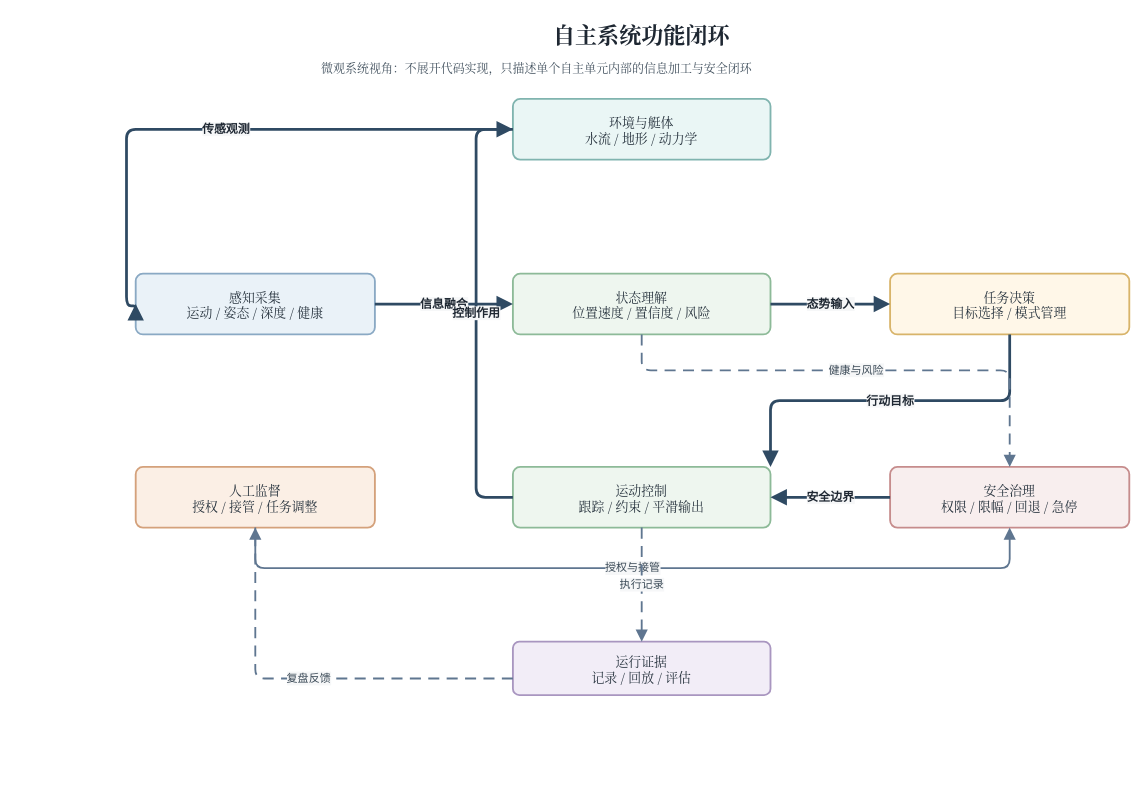
The draw.io diagram docs/thesis/figures/architecture/auv_system_autonomy_functional_loop.drawio in 360ZMEM/AUV-Master-Project, before the edit. Source tidied: cells renumbered, new cells numbered last; positions are measured from the earlier drawing's top-left corner, leaving out a move shared by most shapes. Both pictures are drawn from the tidied source at 92%, with x=0, y=0 at pixel (126, 16).
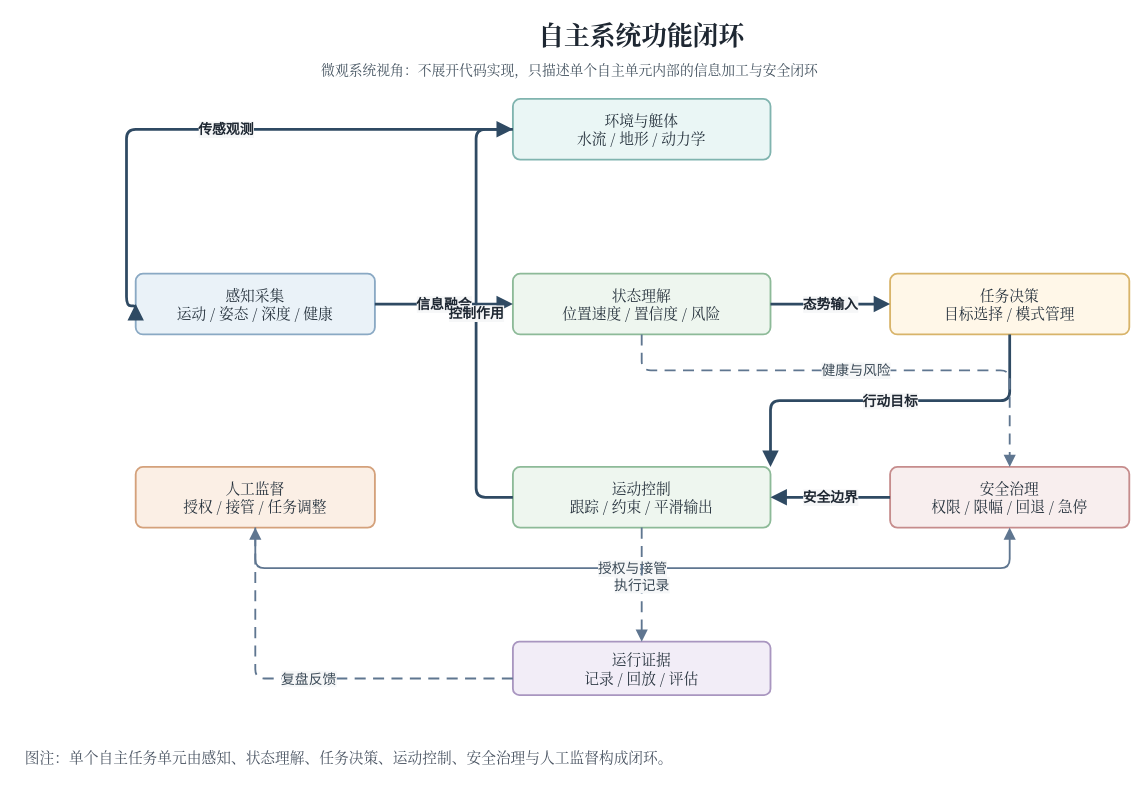
After the change.

The edit, as a diff of the source:
```diff
@@
-    <mxCell id="2" value="自主系统功能闭环" style="text;html=1;strokeColor=none;fillColor=none;align=center;verticalAlign=middle;whiteSpace=wrap;rounded=0;fontFamily=Noto Serif CJK SC,Times New Roman;fontSize=24;fontStyle=1;fontColor=#1E2732;" parent="1" vertex="1">
+    <mxCell id="2" value="自主系统功能闭环" style="text;html=1;strokeColor=none;fillColor=none;align=center;verticalAlign=middle;whiteSpace=wrap;rounded=0;fontFamily=Noto Serif CJK SC,Times New Roman;fontSize=28;fontStyle=1;fontColor=#1E2732;" parent="1" vertex="1">
       <mxGeometry x="250" width="620" height="40" as="geometry" />
     </mxCell>
-    <mxCell id="3" value="微观系统视角：不展开代码实现，只描述单个自主单元内部的信息加工与安全闭环" style="text;html=1;strokeColor=none;fillColor=none;align=left;verticalAlign=top;whiteSpace=wrap;rounded=0;fontFamily=Noto Serif CJK SC,Times New Roman;fontSize=13;fontColor=#43525F;" parent="1" vertex="1">
+    <mxCell id="3" value="微观系统视角：不展开代码实现，只描述单个自主单元内部的信息加工与安全闭环" style="text;html=1;strokeColor=none;fillColor=none;align=left;verticalAlign=top;whiteSpace=wrap;rounded=0;fontFamily=Noto Serif CJK SC,Times New Roman;fontSize=15;fontColor=#43525F;" parent="1" vertex="1">
       <mxGeometry x="210" y="42" width="720" height="34" as="geometry" />
     </mxCell>
-    <mxCell id="4" value="环境与艇体&#10;水流 / 地形 / 动力学" style="rounded=1;whiteSpace=wrap;html=1;arcSize=12;fillColor=#EAF6F5;strokeColor=#80B4AF;strokeWidth=2;spacing=8;shadow=0;fontFamily=Noto Serif CJK SC,Times New Roman;fontSize=14;fontColor=#26323D;" parent="1" vertex="1">
+    <mxCell id="4" value="环境与艇体&#10;水流 / 地形 / 动力学" style="rounded=1;whiteSpace=wrap;html=1;arcSize=12;fillColor=#EAF6F5;strokeColor=#80B4AF;strokeWidth=2;spacing=8;shadow=0;fontFamily=Noto Serif CJK SC,Times New Roman;fontSize=16;fontColor=#26323D;" parent="1" vertex="1">
       <mxGeometry x="420" y="90" width="280" height="66" as="geometry" />
     </mxCell>
-    <mxCell id="5" value="感知采集&#10;运动 / 姿态 / 深度 / 健康" style="rounded=1;whiteSpace=wrap;html=1;arcSize=12;fillColor=#EAF2F8;strokeColor=#8AA9C4;strokeWidth=2;spacing=8;shadow=0;fontFamily=Noto Serif CJK SC,Times New Roman;fontSize=14;fontColor=#26323D;" parent="1" vertex="1">
+    <mxCell id="5" value="感知采集&#10;运动 / 姿态 / 深度 / 健康" style="rounded=1;whiteSpace=wrap;html=1;arcSize=12;fillColor=#EAF2F8;strokeColor=#8AA9C4;strokeWidth=2;spacing=8;shadow=0;fontFamily=Noto Serif CJK SC,Times New Roman;fontSize=16;fontColor=#26323D;" parent="1" vertex="1">
       <mxGeometry x="10" y="280" width="260" height="66" as="geometry" />
     </mxCell>
-    <mxCell id="6" value="状态理解&#10;位置速度 / 置信度 / 风险" style="rounded=1;whiteSpace=wrap;html=1;arcSize=12;fillColor=#EEF6EF;strokeColor=#8DBA98;strokeWidth=2;spacing=8;shadow=0;fontFamily=Noto Serif CJK SC,Times New Roman;fontSize=14;fontColor=#26323D;" parent="1" vertex="1">
+    <mxCell id="6" value="状态理解&#10;位置速度 / 置信度 / 风险" style="rounded=1;whiteSpace=wrap;html=1;arcSize=12;fillColor=#EEF6EF;strokeColor=#8DBA98;strokeWidth=2;spacing=8;shadow=0;fontFamily=Noto Serif CJK SC,Times New Roman;fontSize=16;fontColor=#26323D;" parent="1" vertex="1">
       <mxGeometry x="420" y="280" width="280" height="66" as="geometry" />
     </mxCell>
-    <mxCell id="7" value="任务决策&#10;目标选择 / 模式管理" style="rounded=1;whiteSpace=wrap;html=1;arcSize=12;fillColor=#FFF7E8;strokeColor=#D8B46A;strokeWidth=2;spacing=8;shadow=0;fontFamily=Noto Serif CJK SC,Times New Roman;fontSize=14;fontColor=#26323D;" parent="1" vertex="1">
+    <mxCell id="7" value="任务决策&#10;目标选择 / 模式管理" style="rounded=1;whiteSpace=wrap;html=1;arcSize=12;fillColor=#FFF7E8;strokeColor=#D8B46A;strokeWidth=2;spacing=8;shadow=0;fontFamily=Noto Serif CJK SC,Times New Roman;fontSize=16;fontColor=#26323D;" parent="1" vertex="1">
       <mxGeometry x="830" y="280" width="260" height="66" as="geometry" />
     </mxCell>
-    <mxCell id="8" value="运动控制&#10;跟踪 / 约束 / 平滑输出" style="rounded=1;whiteSpace=wrap;html=1;arcSize=12;fillColor=#EEF6EF;strokeColor=#8DBA98;strokeWidth=2;spacing=8;shadow=0;fontFamily=Noto Serif CJK SC,Times New Roman;fontSize=14;fontColor=#26323D;" parent="1" vertex="1">
+    <mxCell id="8" value="运动控制&#10;跟踪 / 约束 / 平滑输出" style="rounded=1;whiteSpace=wrap;html=1;arcSize=12;fillColor=#EEF6EF;strokeColor=#8DBA98;strokeWidth=2;spacing=8;shadow=0;fontFamily=Noto Serif CJK SC,Times New Roman;fontSize=16;fontColor=#26323D;" parent="1" vertex="1">
       <mxGeometry x="420" y="490" width="280" height="66" as="geometry" />
     </mxCell>
-    <mxCell id="9" value="安全治理&#10;权限 / 限幅 / 回退 / 急停" style="rounded=1;whiteSpace=wrap;html=1;arcSize=12;fillColor=#F8EEEE;strokeColor=#C68C8C;strokeWidth=2;spacing=8;shadow=0;fontFamily=Noto Serif CJK SC,Times New Roman;fontSize=14;fontColor=#26323D;" parent="1" vertex="1">
+    <mxCell id="9" value="安全治理&#10;权限 / 限幅 / 回退 / 急停" style="rounded=1;whiteSpace=wrap;html=1;arcSize=12;fillColor=#F8EEEE;strokeColor=#C68C8C;strokeWidth=2;spacing=8;shadow=0;fontFamily=Noto Serif CJK SC,Times New Roman;fontSize=16;fontColor=#26323D;" parent="1" vertex="1">
       <mxGeometry x="830" y="490" width="260" height="66" as="geometry" />
     </mxCell>
-    <mxCell id="10" value="人工监督&#10;授权 / 接管 / 任务调整" style="rounded=1;whiteSpace=wrap;html=1;arcSize=12;fillColor=#FBEFE5;strokeColor=#D4A17B;strokeWidth=2;spacing=8;shadow=0;fontFamily=Noto Serif CJK SC,Times New Roman;fontSize=14;fontColor=#26323D;" parent="1" vertex="1">
+    <mxCell id="10" value="人工监督&#10;授权 / 接管 / 任务调整" style="rounded=1;whiteSpace=wrap;html=1;arcSize=12;fillColor=#FBEFE5;strokeColor=#D4A17B;strokeWidth=2;spacing=8;shadow=0;fontFamily=Noto Serif CJK SC,Times New Roman;fontSize=16;fontColor=#26323D;" parent="1" vertex="1">
       <mxGeometry x="10" y="490" width="260" height="66" as="geometry" />
     </mxCell>
-    <mxCell id="11" value="运行证据&#10;记录 / 回放 / 评估" style="rounded=1;whiteSpace=wrap;html=1;arcSize=12;fillColor=#F2EDF7;strokeColor=#A996C0;strokeWidth=2;spacing=8;shadow=0;fontFamily=Noto Serif CJK SC,Times New Roman;fontSize=14;fontColor=#26323D;" parent="1" vertex="1">
+    <mxCell id="11" value="运行证据&#10;记录 / 回放 / 评估" style="rounded=1;whiteSpace=wrap;html=1;arcSize=12;fillColor=#F2EDF7;strokeColor=#A996C0;strokeWidth=2;spacing=8;shadow=0;fontFamily=Noto Serif CJK SC,Times New Roman;fontSize=16;fontColor=#26323D;" parent="1" vertex="1">
       <mxGeometry x="420" y="680" width="280" height="58" as="geometry" />
     </mxCell>
-    <mxCell id="12" value="传感观测" style="edgeStyle=orthogonalEdgeStyle;rounded=1;jettySize=auto;html=1;strokeColor=#2F4A63;fontColor=#1E2732;fontSize=13;fontStyle=1;strokeWidth=3;labelBackgroundColor=#F6F7F8;labelBorderColor=none;endArrow=block;endFill=1;endSize=10;exitX=0;exitY=0.5;entryX=0;entryY=0.5;" parent="1" edge="1" source="4" target="5">
+    <mxCell id="12" value="传感观测" style="edgeStyle=orthogonalEdgeStyle;rounded=1;jettySize=auto;html=1;strokeColor=#2F4A63;fontColor=#1E2732;fontSize=15;fontStyle=1;strokeWidth=3;labelBackgroundColor=#F6F7F8;labelBorderColor=none;endArrow=block;endFill=1;endSize=10;exitX=0;exitY=0.5;entryX=0;entryY=0.5;" parent="1" edge="1" source="4" target="5">
       <mxGeometry relative="1" as="geometry">
         <Array as="points">
           <mxPoint y="123" />
           <mxPoint y="315" />
         </Array>
       </mxGeometry>
     </mxCell>
-    <mxCell id="13" value="信息融合" style="edgeStyle=orthogonalEdgeStyle;rounded=1;jettySize=auto;html=1;strokeColor=#2F4A63;fontColor=#1E2732;fontSize=13;fontStyle=1;strokeWidth=3;labelBackgroundColor=#F6F7F8;labelBorderColor=none;endArrow=block;endFill=1;endSize=10;exitX=1;entryX=0;" parent="1" edge="1" source="5" target="6">
+    <mxCell id="13" value="信息融合" style="edgeStyle=orthogonalEdgeStyle;rounded=1;jettySize=auto;html=1;strokeColor=#2F4A63;fontColor=#1E2732;fontSize=15;fontStyle=1;strokeWidth=3;labelBackgroundColor=#F6F7F8;labelBorderColor=none;endArrow=block;endFill=1;endSize=10;exitX=1;entryX=0;" parent="1" edge="1" source="5" target="6">
       <mxGeometry relative="1" as="geometry" />
     </mxCell>
-    <mxCell id="14" value="态势输入" style="edgeStyle=orthogonalEdgeStyle;rounded=1;jettySize=auto;html=1;strokeColor=#2F4A63;fontColor=#1E2732;fontSize=13;fontStyle=1;strokeWidth=3;labelBackgroundColor=#F6F7F8;labelBorderColor=none;endArrow=block;endFill=1;endSize=10;exitX=1;entryX=0;" parent="1" edge="1" source="6" target="7">
+    <mxCell id="14" value="态势输入" style="edgeStyle=orthogonalEdgeStyle;rounded=1;jettySize=auto;html=1;strokeColor=#2F4A63;fontColor=#1E2732;fontSize=15;fontStyle=1;strokeWidth=3;labelBackgroundColor=#F6F7F8;labelBorderColor=none;endArrow=block;endFill=1;endSize=10;exitX=1;entryX=0;" parent="1" edge="1" source="6" target="7">
       <mxGeometry relative="1" as="geometry" />
     </mxCell>
-    <mxCell id="15" value="行动目标" style="edgeStyle=orthogonalEdgeStyle;rounded=1;jettySize=auto;html=1;strokeColor=#2F4A63;fontColor=#1E2732;fontSize=13;fontStyle=1;strokeWidth=3;labelBackgroundColor=#F6F7F8;labelBorderColor=none;endArrow=block;endFill=1;endSize=10;exitX=0.5;exitY=1;entryX=1;entryY=0;" parent="1" edge="1" source="7" target="8">
+    <mxCell id="15" value="行动目标" style="edgeStyle=orthogonalEdgeStyle;rounded=1;jettySize=auto;html=1;strokeColor=#2F4A63;fontColor=#1E2732;fontSize=15;fontStyle=1;strokeWidth=3;labelBackgroundColor=#F6F7F8;labelBorderColor=none;endArrow=block;endFill=1;endSize=10;exitX=0.5;exitY=1;entryX=1;entryY=0;" parent="1" edge="1" source="7" target="8">
       <mxGeometry relative="1" as="geometry" />
     </mxCell>
-    <mxCell id="16" value="控制作用" style="edgeStyle=orthogonalEdgeStyle;rounded=1;jettySize=auto;html=1;strokeColor=#2F4A63;fontColor=#1E2732;fontSize=13;fontStyle=1;strokeWidth=3;labelBackgroundColor=#F6F7F8;labelBorderColor=none;endArrow=block;endFill=1;endSize=10;exitX=0;exitY=0.5;entryX=0;entryY=0.5;" parent="1" edge="1" source="8" target="4">
+    <mxCell id="16" value="控制作用" style="edgeStyle=orthogonalEdgeStyle;rounded=1;jettySize=auto;html=1;strokeColor=#2F4A63;fontColor=#1E2732;fontSize=15;fontStyle=1;strokeWidth=3;labelBackgroundColor=#F6F7F8;labelBorderColor=none;endArrow=block;endFill=1;endSize=10;exitX=0;exitY=0.5;entryX=0;entryY=0.5;" parent="1" edge="1" source="8" target="4">
       <mxGeometry relative="1" as="geometry">
         <Array as="points">
           <mxPoint x="380" y="523" />
           <mxPoint x="380" y="123" />
         </Array>
       </mxGeometry>
     </mxCell>
-    <mxCell id="17" value="授权与接管" style="edgeStyle=orthogonalEdgeStyle;rounded=1;jettySize=auto;html=1;strokeColor=#5F7690;fontColor=#3B4A57;fontSize=12;strokeWidth=2;labelBackgroundColor=#F6F7F8;labelBorderColor=none;endArrow=block;endFill=1;endSize=8;exitX=0.5;exitY=1;entryX=0.5;entryY=1;" parent="1" edge="1" source="10" target="9">
+    <mxCell id="17" value="授权与接管" style="edgeStyle=orthogonalEdgeStyle;rounded=1;jettySize=auto;html=1;strokeColor=#5F7690;fontColor=#3B4A57;fontSize=15;strokeWidth=2;labelBackgroundColor=#F6F7F8;labelBorderColor=none;endArrow=block;endFill=1;endSize=8;exitX=0.5;exitY=1;entryX=0.5;entryY=1;" parent="1" edge="1" source="10" target="9">
       <mxGeometry relative="1" as="geometry">
         <Array as="points">
           <mxPoint x="140" y="600" />
           <mxPoint x="960" y="600" />
         </Array>
       </mxGeometry>
     </mxCell>
-    <mxCell id="18" value="安全边界" style="edgeStyle=orthogonalEdgeStyle;rounded=1;jettySize=auto;html=1;strokeColor=#2F4A63;fontColor=#1E2732;fontSize=13;fontStyle=1;strokeWidth=3;labelBackgroundColor=#F6F7F8;labelBorderColor=none;endArrow=block;endFill=1;endSize=10;exitX=0;entryX=1;" parent="1" edge="1" source="9" target="8">
+    <mxCell id="18" value="安全边界" style="edgeStyle=orthogonalEdgeStyle;rounded=1;jettySize=auto;html=1;strokeColor=#2F4A63;fontColor=#1E2732;fontSize=15;fontStyle=1;strokeWidth=3;labelBackgroundColor=#F6F7F8;labelBorderColor=none;endArrow=block;endFill=1;endSize=10;exitX=0;entryX=1;" parent="1" edge="1" source="9" target="8">
       <mxGeometry relative="1" as="geometry" />
     </mxCell>
-    <mxCell id="19" value="健康与风险" style="edgeStyle=orthogonalEdgeStyle;rounded=1;jettySize=auto;html=1;strokeColor=#5F7690;fontColor=#3B4A57;fontSize=12;strokeWidth=2;labelBackgroundColor=#F6F7F8;labelBorderColor=none;endArrow=block;endFill=1;endSize=8;dashed=1;dashPattern=6 4;exitX=1;entryX=0.5;entryY=0;" parent="1" edge="1" source="6" target="9">
+    <mxCell id="19" value="健康与风险" style="edgeStyle=orthogonalEdgeStyle;rounded=1;jettySize=auto;html=1;strokeColor=#5F7690;fontColor=#3B4A57;fontSize=15;strokeWidth=2;labelBackgroundColor=#F6F7F8;labelBorderColor=none;endArrow=block;endFill=1;endSize=8;dashed=1;dashPattern=6 4;exitX=1;entryX=0.5;entryY=0;" parent="1" edge="1" source="6" target="9">
       <mxGeometry relative="1" as="geometry">
         <Array as="points">
           <mxPoint x="755" y="385" />
           <mxPoint x="970" y="385" />
         </Array>
       </mxGeometry>
     </mxCell>
-    <mxCell id="20" value="执行记录" style="edgeStyle=orthogonalEdgeStyle;rounded=1;jettySize=auto;html=1;strokeColor=#5F7690;fontColor=#3B4A57;fontSize=12;strokeWidth=2;labelBackgroundColor=#F6F7F8;labelBorderColor=none;endArrow=block;endFill=1;endSize=8;dashed=1;dashPattern=6 4;exitX=0.5;exitY=1;entryX=0.5;entryY=0;" parent="1" edge="1" source="8" target="11">
+    <mxCell id="20" value="执行记录" style="edgeStyle=orthogonalEdgeStyle;rounded=1;jettySize=auto;html=1;strokeColor=#5F7690;fontColor=#3B4A57;fontSize=15;strokeWidth=2;labelBackgroundColor=#F6F7F8;labelBorderColor=none;endArrow=block;endFill=1;endSize=8;dashed=1;dashPattern=6 4;exitX=0.5;exitY=1;entryX=0.5;entryY=0;" parent="1" edge="1" source="8" target="11">
       <mxGeometry relative="1" as="geometry" />
     </mxCell>
-    <mxCell id="21" value="复盘反馈" style="edgeStyle=orthogonalEdgeStyle;rounded=1;jettySize=auto;html=1;strokeColor=#5F7690;fontColor=#3B4A57;fontSize=12;strokeWidth=2;labelBackgroundColor=#F6F7F8;labelBorderColor=none;endArrow=block;endFill=1;endSize=8;dashed=1;dashPattern=6 4;exitX=0;entryX=0.5;entryY=1;" parent="1" edge="1" source="11" target="10">
+    <mxCell id="21" value="复盘反馈" style="edgeStyle=orthogonalEdgeStyle;rounded=1;jettySize=auto;html=1;strokeColor=#5F7690;fontColor=#3B4A57;fontSize=15;strokeWidth=2;labelBackgroundColor=#F6F7F8;labelBorderColor=none;endArrow=block;endFill=1;endSize=8;dashed=1;dashPattern=6 4;exitX=0;entryX=0.5;entryY=1;" parent="1" edge="1" source="11" target="10">
       <mxGeometry relative="1" as="geometry">
         <Array as="points">
           <mxPoint x="140" y="720" />
         </Array>
       </mxGeometry>
     </mxCell>
+    <mxCell id="22" value="图注：单个自主任务单元由感知、状态理解、任务决策、运动控制、安全治理与人工监督构成闭环。" style="text;html=1;align=left;verticalAlign=middle;whiteSpace=wrap;fontFamily=Noto Serif CJK SC;fontSize=16;fontColor=#4B5563;spacingLeft=8;spacingRight=8;" parent="1" vertex="1">
+      <mxGeometry x="-120" y="770" width="1190" height="70" as="geometry" />
+    </mxCell>
```
